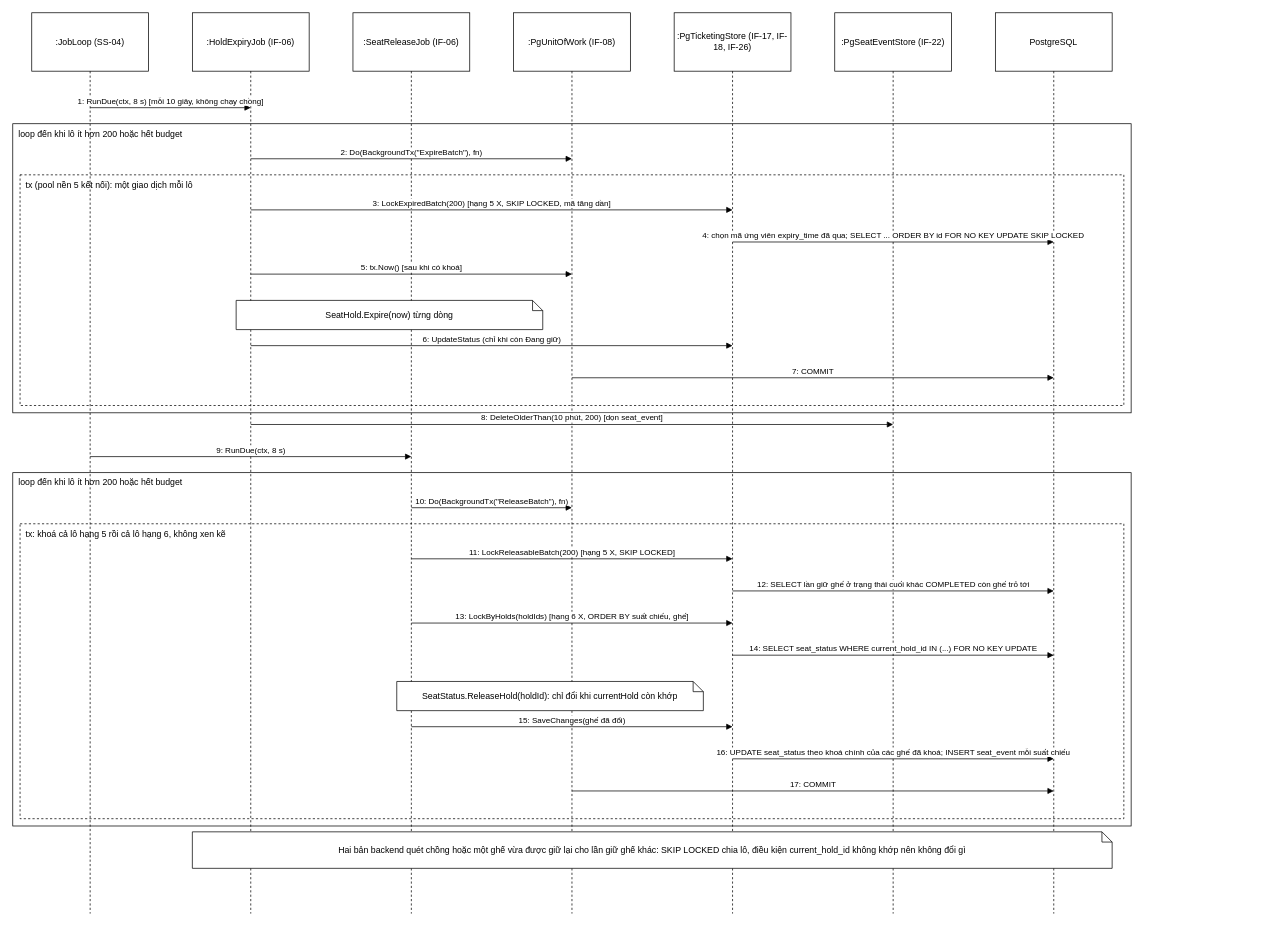
Before: design/diagrams/P12-sequence-expiry-sweep.drawio in luytbq/app-dat-ve-xem-phim, a draw.io diagram. Source tidied: cells renumbered, new cells numbered last; positions are measured from the earlier drawing's top-left corner, leaving out a move shared by most shapes. Both pictures are drawn from the tidied source at 73%, with x=0, y=0 at pixel (12, 12).
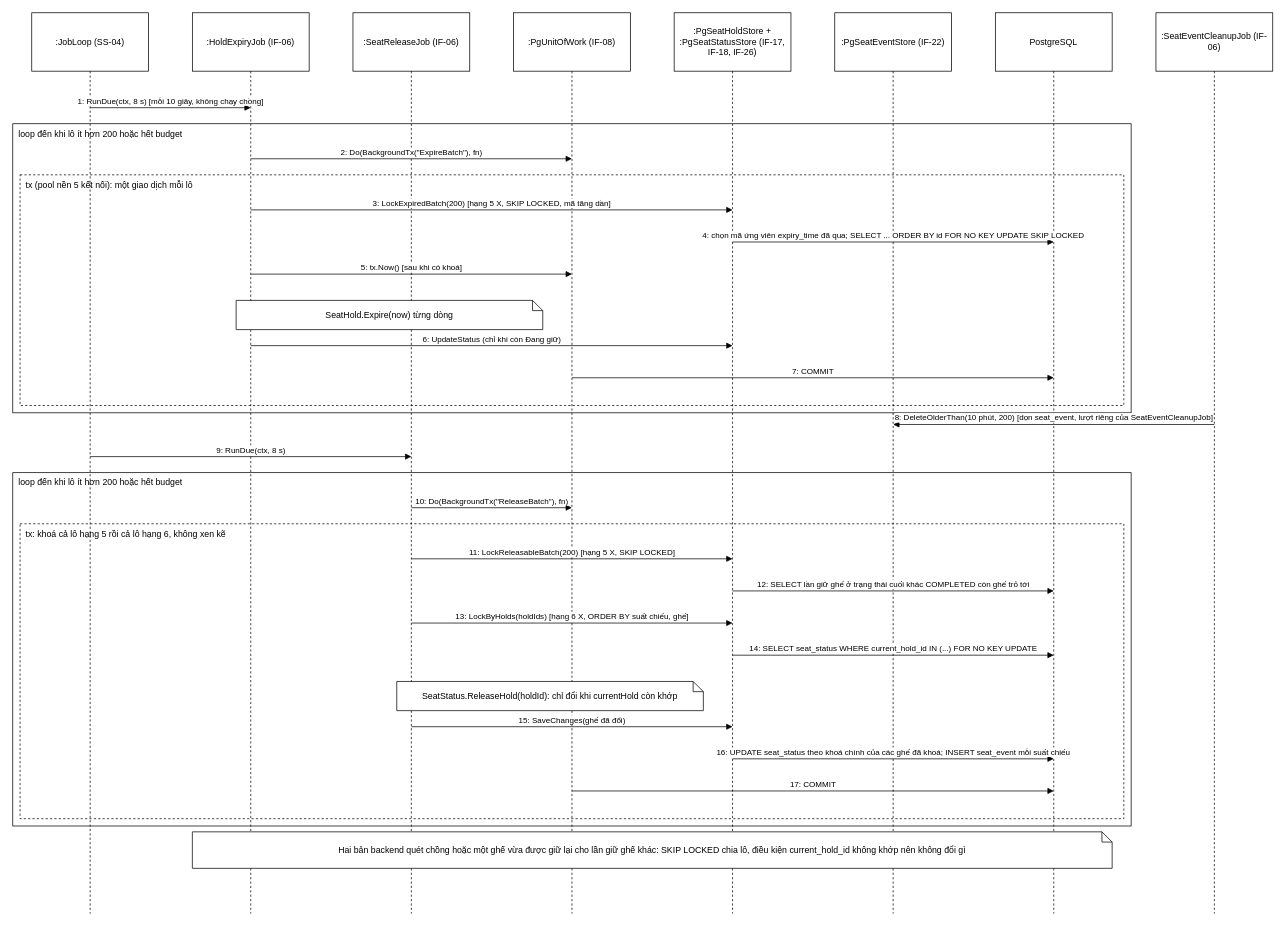
After the change.

Change to the diagram source:
```diff
@@
-    <mxCell id="6" value=":PgTicketingStore (IF-17, IF-18, IF-26)" style="shape=umlLifeline;perimeter=lifelinePerimeter;html=1;whiteSpace=wrap;size=80;" parent="1" vertex="1">
+    <mxCell id="6" value=":PgSeatHoldStore + :PgSeatStatusStore (IF-17, IF-18, IF-26)" style="shape=umlLifeline;perimeter=lifelinePerimeter;html=1;whiteSpace=wrap;size=80;" parent="1" vertex="1">
       <mxGeometry x="906" width="160" height="1234" as="geometry" />
     </mxCell>
@@
+    <mxCell id="33" value=":SeatEventCleanupJob (IF-06)" style="shape=umlLifeline;perimeter=lifelinePerimeter;html=1;whiteSpace=wrap;size=80;" parent="1" vertex="1">
+      <mxGeometry x="1566" width="160" height="1234" as="geometry" />
+    </mxCell>
@@
-    <mxCell id="23" value="8: DeleteOlderThan(10 phút, 200) [dọn seat_event]" style="endArrow=block;endFill=1;html=1;verticalAlign=bottom;" parent="1" edge="1">
+    <mxCell id="23" value="8: DeleteOlderThan(10 phút, 200) [dọn seat_event, lượt riêng của SeatEventCleanupJob]" style="endArrow=block;endFill=1;html=1;verticalAlign=bottom;" parent="1" edge="1">
       <mxGeometry relative="1" as="geometry">
-        <mxPoint x="326" y="564" as="sourcePoint" />
+        <mxPoint x="1646" y="564" as="sourcePoint" />
         <mxPoint x="1206" y="564" as="targetPoint" />
       </mxGeometry>
     </mxCell>
```
